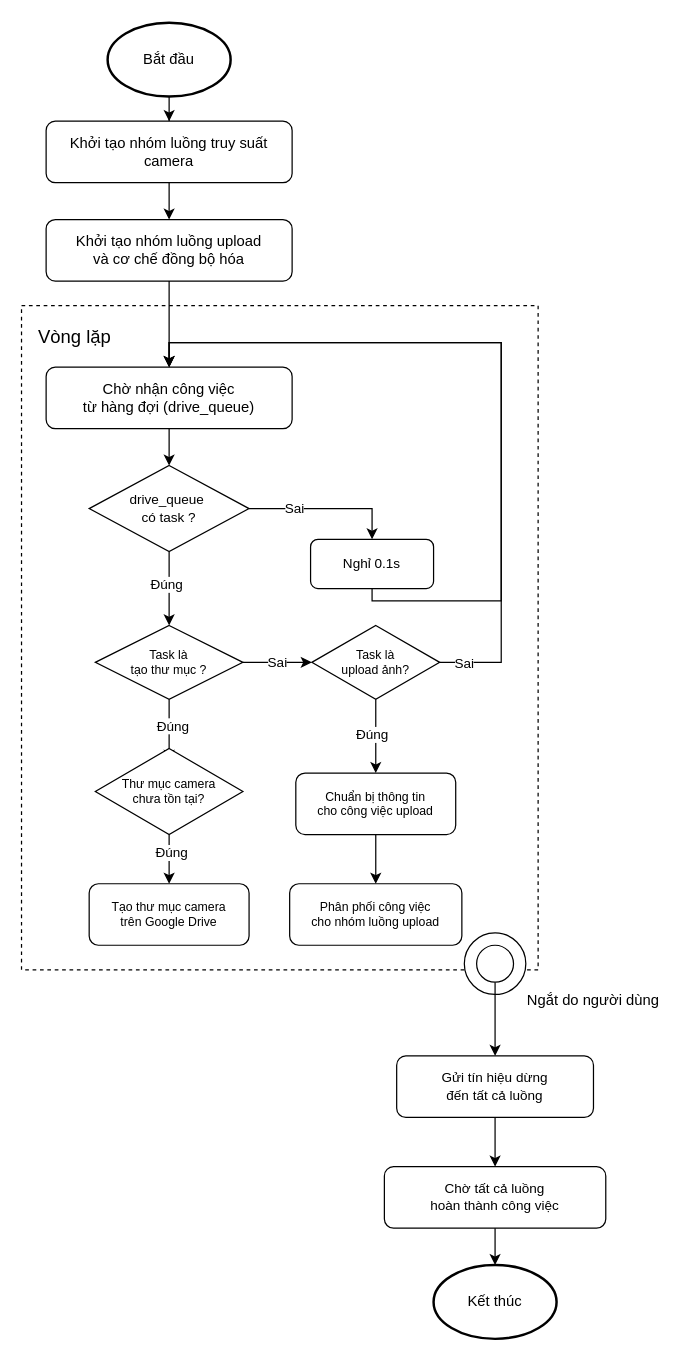
Before: fig/main_threading.drawio in Denzaro/DATN_Thesis, a draw.io diagram. Source tidied: cells renumbered, new cells numbered last; positions are measured from the earlier drawing's top-left corner, leaving out a move shared by most shapes. Both pictures are drawn from the tidied source at 123%, with x=0, y=0 at pixel (21, 22).
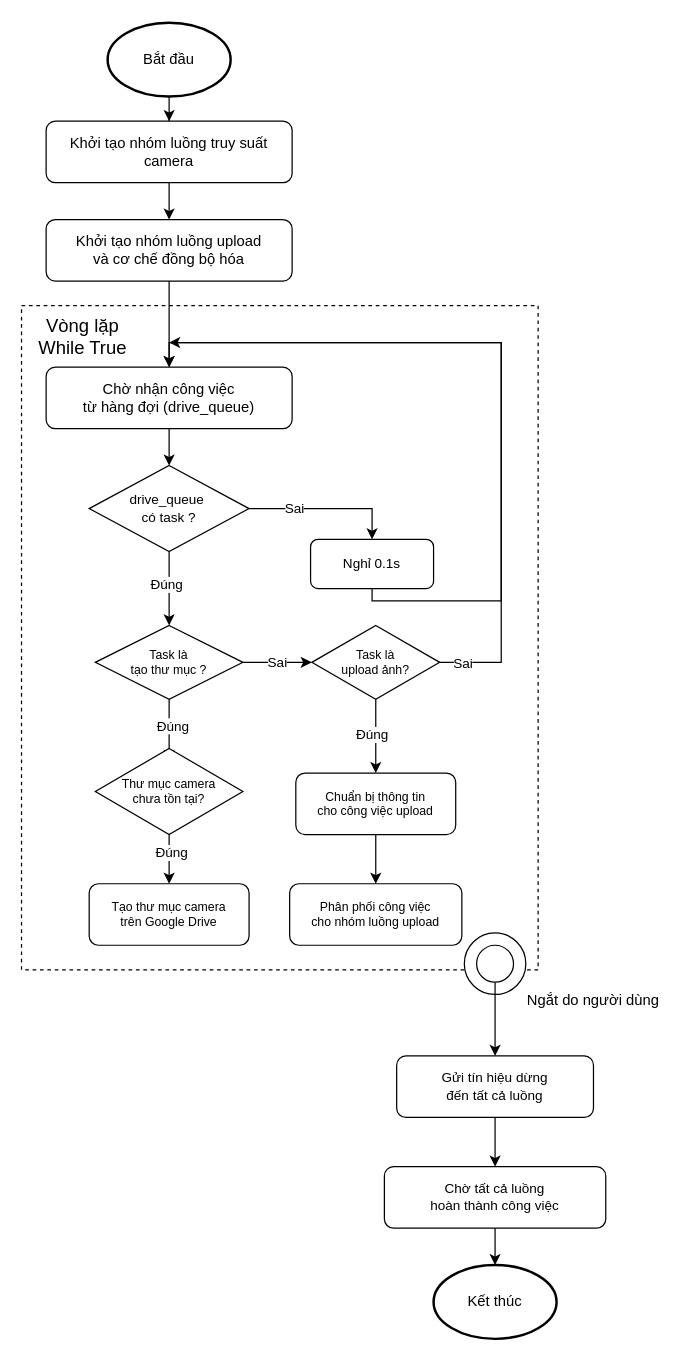
The same diagram, later.

Unchanged cells that the change refers to:
```xml
<mxCell id="8" value="Chờ nhận công việc&lt;br&gt;từ hàng đợi (drive_queue)" style="rounded=1;whiteSpace=wrap;html=1;fontSize=12;" parent="1" vertex="1">
  <mxGeometry x="20" y="280" width="200" height="50" as="geometry" />
</mxCell>
<mxCell id="29" value="Task là &lt;br&gt;upload ảnh?" style="rhombus;whiteSpace=wrap;html=1;fontSize=10;" parent="1" vertex="1">
  <mxGeometry x="236" y="490" width="104" height="60" as="geometry" />
</mxCell>
```

The edit, as a diff of the source:
```diff
@@
-    <mxCell id="25" style="edgeStyle=orthogonalEdgeStyle;rounded=0;jettySize=auto;html=1;entryX=0.5;entryY=0;entryDx=0;entryDy=0;" parent="1" edge="1" source="29" target="8">
+    <mxCell id="25" style="edgeStyle=orthogonalEdgeStyle;rounded=0;jettySize=auto;html=1;" parent="1" edge="1" source="29">
       <mxGeometry relative="1" as="geometry">
+        <mxPoint x="120" y="260" as="targetPoint" />
         <Array as="points">
           <mxPoint x="390" y="520" />
           <mxPoint x="390" y="260" />
-          <mxPoint x="120" y="260" />
         </Array>
       </mxGeometry>
     </mxCell>
@@
-    <mxCell id="33" value="&lt;font style=&quot;font-size: 15px;&quot;&gt;Vòng lặp&lt;/font&gt;" style="text;html=1;whiteSpace=wrap;strokeColor=none;fillColor=none;align=center;verticalAlign=middle;rounded=0;" parent="1" vertex="1">
-      <mxGeometry x="10" y="240" width="67" height="30" as="geometry" />
+    <mxCell id="33" value="&lt;font style=&quot;font-size: 15px;&quot;&gt;Vòng lặp&lt;br&gt;While True&lt;/font&gt;" style="text;html=1;whiteSpace=wrap;strokeColor=none;fillColor=none;align=center;verticalAlign=middle;rounded=0;" parent="1" vertex="1">
+      <mxGeometry x="10" y="240" width="80" height="30" as="geometry" />
     </mxCell>
```
